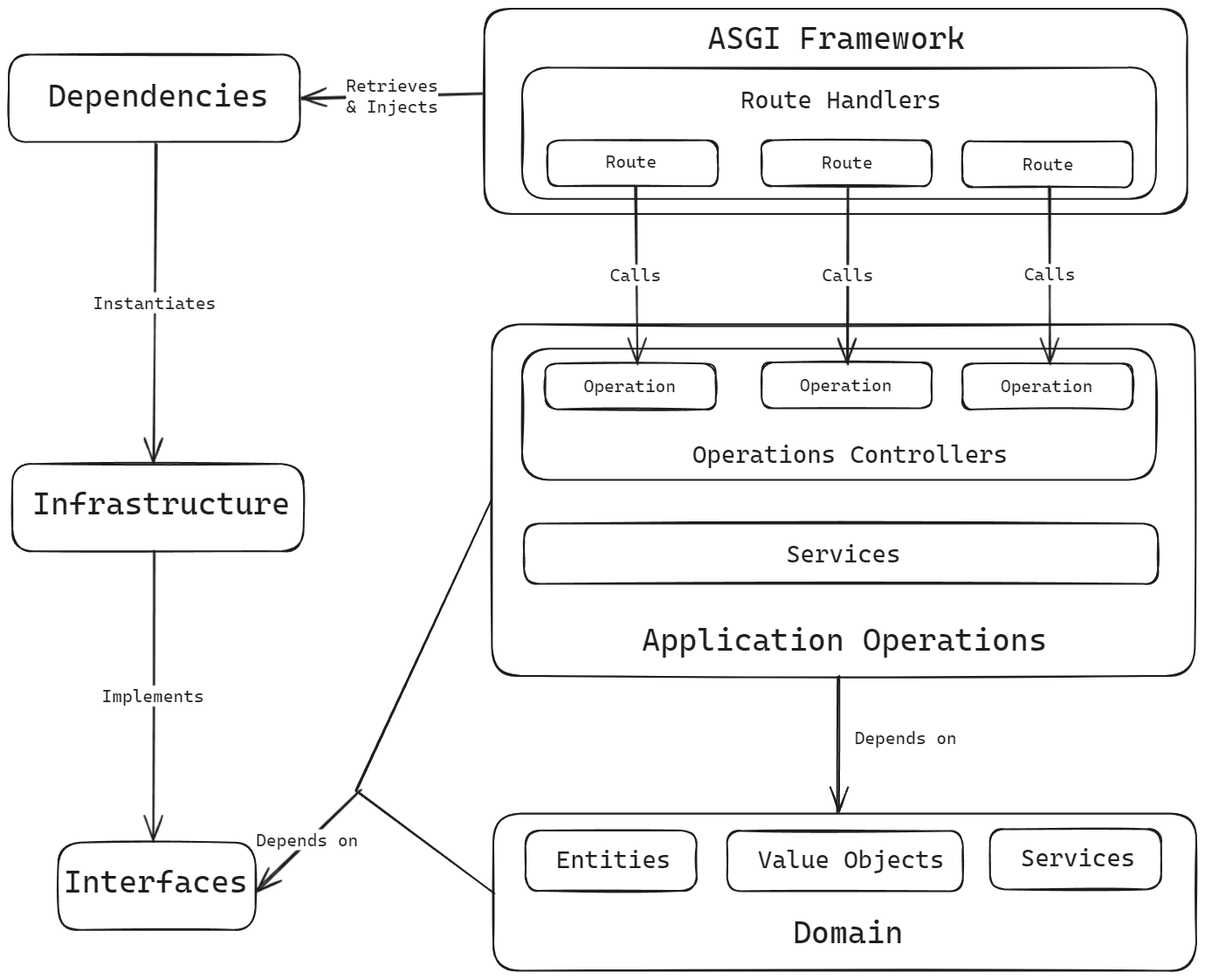
Before: docs/architecture.excalidraw.png, a diagram exported from Excalidraw (VerdanTech/Vdt-Webapp). Source tidied: one line per element, renumbered; positions are measured from the earlier drawing's top-left corner, leaving out a move shared by most shapes. Its diagram source:
```json
{"id": 0, "type": "rectangle", "strokeColor": "#1e1e1e", "strokeWidth": 2, "roughness": 1, "round": true, "x": 555, "y": 921, "width": 805, "height": 180}
{"id": 1, "type": "text", "text": "Domain", "strokeColor": "#1e1e1e", "strokeWidth": 2, "roughness": 1, "fontSize": 36, "fontFamily": 3, "x": 898, "y": 1035, "width": 127, "height": 43}
{"id": 2, "type": "rectangle", "strokeColor": "#1e1e1e", "strokeWidth": 2, "roughness": 1, "round": true, "x": 592, "y": 941, "width": 196, "height": 69}
{"id": 3, "type": "text", "text": "Entities", "strokeColor": "#1e1e1e", "strokeWidth": 2, "roughness": 1, "fontSize": 28, "fontFamily": 3, "x": 627, "y": 958, "width": 131, "height": 34}
{"id": 4, "type": "rectangle", "strokeColor": "#1e1e1e", "strokeWidth": 2, "roughness": 1, "round": true, "x": 823, "y": 941, "width": 270, "height": 69}
{"id": 5, "type": "text", "text": "Value Objects", "strokeColor": "#1e1e1e", "strokeWidth": 2, "roughness": 1, "fontSize": 28, "fontFamily": 3, "x": 858, "y": 958, "width": 213, "height": 34}
{"id": 6, "type": "rectangle", "strokeColor": "#1e1e1e", "strokeWidth": 2, "roughness": 1, "round": true, "x": 1124, "y": 939, "width": 196, "height": 69}
{"id": 7, "type": "text", "text": "Services", "strokeColor": "#1e1e1e", "strokeWidth": 2, "roughness": 1, "fontSize": 28, "fontFamily": 3, "x": 1159, "y": 956, "width": 131, "height": 34}
{"id": 8, "type": "rectangle", "strokeColor": "#1e1e1e", "strokeWidth": 2, "roughness": 1, "round": true, "x": 57, "y": 955, "width": 226, "height": 100}
{"id": 9, "type": "text", "text": "Interfaces", "strokeColor": "#1e1e1e", "strokeWidth": 2, "roughness": 1, "fontSize": 36, "fontFamily": 3, "x": 63, "y": 977, "width": 211, "height": 43}
{"id": 10, "type": "rectangle", "strokeColor": "#1e1e1e", "strokeWidth": 2, "roughness": 1, "round": true, "x": 553, "y": 361, "width": 805, "height": 402}
{"id": 11, "type": "text", "text": "Application Operations", "strokeColor": "#1e1e1e", "strokeWidth": 2, "roughness": 1, "fontSize": 36, "fontFamily": 3, "x": 725, "y": 700, "width": 464, "height": 43}
{"id": 12, "type": "rectangle", "strokeColor": "#1e1e1e", "strokeWidth": 2, "roughness": 1, "round": true, "x": 590, "y": 590, "width": 726, "height": 69}
{"id": 13, "type": "text", "text": "Services", "strokeColor": "#1e1e1e", "strokeWidth": 2, "roughness": 1, "fontSize": 28, "fontFamily": 3, "x": 890, "y": 608, "width": 131, "height": 34}
{"id": 14, "type": "arrow", "strokeColor": "#1e1e1e", "strokeWidth": 2, "roughness": 1, "endArrowhead": "arrow", "round": true, "from": 10, "to": 0, "x": 950, "y": 765, "width": 0, "height": 155, "points": [[0, 0], [0, 155]]}
{"id": 15, "type": "text", "text": "Depends on", "strokeColor": "#1e1e1e", "strokeWidth": 2, "roughness": 1, "fontSize": 20, "fontFamily": 3, "x": 969, "y": 823, "width": 117, "height": 24}
{"id": 16, "type": "rectangle", "strokeColor": "#1e1e1e", "strokeWidth": 2, "roughness": 1, "round": true, "x": 588, "y": 389, "width": 726, "height": 150}
{"id": 17, "type": "text", "text": "Operations Controllers", "strokeColor": "#1e1e1e", "strokeWidth": 2, "roughness": 1, "fontSize": 28, "fontFamily": 3, "x": 783, "y": 494, "width": 361, "height": 34}
{"id": 18, "type": "rectangle", "strokeColor": "#1e1e1e", "strokeWidth": 2, "roughness": 1, "round": true, "x": 615, "y": 406, "width": 195, "height": 52}
{"id": 19, "type": "text", "text": "Operation", "strokeColor": "#1e1e1e", "strokeWidth": 2, "roughness": 1, "fontSize": 20, "fontFamily": 3, "x": 658, "y": 420, "width": 105, "height": 24}
{"id": 20, "type": "rectangle", "strokeColor": "#1e1e1e", "strokeWidth": 2, "roughness": 1, "round": true, "x": 862, "y": 405, "width": 195, "height": 52}
{"id": 21, "type": "text", "text": "Operation", "strokeColor": "#1e1e1e", "strokeWidth": 2, "roughness": 1, "fontSize": 20, "fontFamily": 3, "x": 906, "y": 419, "width": 105, "height": 24}
{"id": 22, "type": "rectangle", "strokeColor": "#1e1e1e", "strokeWidth": 2, "roughness": 1, "round": true, "x": 1092, "y": 406, "width": 195, "height": 52}
{"id": 23, "type": "text", "text": "Operation", "strokeColor": "#1e1e1e", "strokeWidth": 2, "roughness": 1, "fontSize": 20, "fontFamily": 3, "x": 1136, "y": 420, "width": 105, "height": 24}
{"id": 24, "type": "rectangle", "strokeColor": "#1e1e1e", "strokeWidth": 2, "roughness": 1, "round": true, "x": 545, "y": 0, "width": 805, "height": 235}
{"id": 25, "type": "text", "text": "ASGI Framework", "strokeColor": "#1e1e1e", "strokeWidth": 2, "roughness": 1, "fontSize": 36, "fontFamily": 3, "x": 800, "y": 11, "width": 295, "height": 43}
{"id": 26, "type": "rectangle", "strokeColor": "#1e1e1e", "strokeWidth": 2, "roughness": 1, "round": true, "x": 588, "y": 67, "width": 726, "height": 150}
{"id": 27, "type": "text", "text": "Route Handlers", "strokeColor": "#1e1e1e", "strokeWidth": 2, "roughness": 1, "fontSize": 28, "fontFamily": 3, "x": 838, "y": 88, "width": 230, "height": 34}
{"id": 28, "type": "rectangle", "strokeColor": "#1e1e1e", "strokeWidth": 2, "roughness": 1, "round": true, "x": 617, "y": 151, "width": 195, "height": 52}
{"id": 29, "type": "text", "text": "Route", "strokeColor": "#1e1e1e", "strokeWidth": 2, "roughness": 1, "fontSize": 20, "fontFamily": 3, "x": 683, "y": 163, "width": 59, "height": 24}
{"id": 30, "type": "rectangle", "strokeColor": "#1e1e1e", "strokeWidth": 2, "roughness": 1, "round": true, "x": 862, "y": 151, "width": 195, "height": 52}
{"id": 31, "type": "text", "text": "Route", "strokeColor": "#1e1e1e", "strokeWidth": 2, "roughness": 1, "fontSize": 20, "fontFamily": 3, "x": 931, "y": 164, "width": 59, "height": 24}
{"id": 32, "type": "rectangle", "strokeColor": "#1e1e1e", "strokeWidth": 2, "roughness": 1, "round": true, "x": 1092, "y": 152, "width": 195, "height": 52}
{"id": 33, "type": "text", "text": "Route", "strokeColor": "#1e1e1e", "strokeWidth": 2, "roughness": 1, "fontSize": 20, "fontFamily": 3, "x": 1161, "y": 166, "width": 59, "height": 24}
{"id": 34, "type": "arrow", "strokeColor": "#1e1e1e", "strokeWidth": 2, "roughness": 1, "endArrowhead": "arrow", "round": true, "from": 28, "to": 19, "x": 717, "y": 204, "width": 1, "height": 202, "points": [[0, 0], [1, 202]]}
{"id": 35, "type": "text", "text": "Calls", "strokeColor": "#1e1e1e", "strokeWidth": 2, "roughness": 1, "fontSize": 20, "fontFamily": 3, "textAlign": "center", "verticalAlign": "middle", "inside": 34, "x": 688, "y": 293, "width": 59, "height": 24}
{"id": 36, "type": "arrow", "strokeColor": "#1e1e1e", "strokeWidth": 2, "roughness": 1, "endArrowhead": "arrow", "round": true, "from": 31, "to": 21, "x": 960, "y": 204, "width": 1, "height": 202, "points": [[0, 0], [1, 202]]}
{"id": 37, "type": "text", "text": "Calls", "strokeColor": "#1e1e1e", "strokeWidth": 2, "roughness": 1, "fontSize": 20, "fontFamily": 3, "textAlign": "center", "verticalAlign": "middle", "inside": 36, "x": 704, "y": 258, "width": 59, "height": 24}
{"id": 38, "type": "arrow", "strokeColor": "#1e1e1e", "strokeWidth": 2, "roughness": 1, "endArrowhead": "arrow", "round": true, "from": 33, "to": 23, "x": 1192, "y": 203, "width": 1, "height": 202, "points": [[0, 0], [1, 202]]}
{"id": 39, "type": "text", "text": "Calls", "strokeColor": "#1e1e1e", "strokeWidth": 2, "roughness": 1, "fontSize": 20, "fontFamily": 3, "textAlign": "center", "verticalAlign": "middle", "inside": 38, "x": 938, "y": 263, "width": 59, "height": 24}
{"id": 40, "type": "rectangle", "strokeColor": "#1e1e1e", "strokeWidth": 2, "roughness": 1, "round": true, "x": 4, "y": 521, "width": 334, "height": 100}
{"id": 41, "type": "text", "text": "Infrastructure", "strokeColor": "#1e1e1e", "strokeWidth": 2, "roughness": 1, "fontSize": 36, "fontFamily": 3, "x": 27, "y": 544, "width": 295, "height": 43}
{"id": 42, "type": "arrow", "strokeColor": "#1e1e1e", "strokeWidth": 2, "roughness": 1, "endArrowhead": "arrow", "round": true, "to": 8, "x": 166, "y": 621, "width": 1, "height": 333, "points": [[0, 0], [-1, 333]]}
{"id": 43, "type": "text", "text": "Implements", "strokeColor": "#1e1e1e", "strokeWidth": 2, "roughness": 1, "fontSize": 20, "fontFamily": 3, "textAlign": "center", "verticalAlign": "middle", "inside": 42, "x": 177, "y": 720, "width": 117, "height": 24}
{"id": 44, "type": "rectangle", "strokeColor": "#1e1e1e", "strokeWidth": 2, "roughness": 1, "round": true, "x": 0, "y": 52, "width": 334, "height": 100}
{"id": 45, "type": "text", "text": "Dependencies", "strokeColor": "#1e1e1e", "strokeWidth": 2, "roughness": 1, "fontSize": 36, "fontFamily": 3, "x": 44, "y": 77, "width": 253, "height": 43}
{"id": 46, "type": "arrow", "strokeColor": "#1e1e1e", "strokeWidth": 2, "roughness": 1, "endArrowhead": "arrow", "round": true, "from": 44, "to": 40, "x": 168, "y": 154, "width": 2, "height": 366, "points": [[0, 0], [-2, 366]]}
{"id": 47, "type": "text", "text": "Instantiates", "strokeColor": "#1e1e1e", "strokeWidth": 2, "roughness": 1, "fontSize": 20, "fontFamily": 3, "textAlign": "center", "verticalAlign": "middle", "inside": 46, "x": 169, "y": 367, "width": 141, "height": 24}
{"id": 48, "type": "arrow", "strokeColor": "#1e1e1e", "strokeWidth": 2, "roughness": 1, "endArrowhead": "arrow", "round": true, "from": 24, "to": 44, "x": 543, "y": 97, "width": 208, "height": 6, "points": [[0, 0], [-208, 6]]}
{"id": 49, "type": "text", "text": "Retrieves\n& Injects", "strokeColor": "#1e1e1e", "strokeWidth": 2, "roughness": 1, "fontSize": 20, "fontFamily": 3, "textAlign": "center", "verticalAlign": "middle", "inside": 48, "x": 421, "y": 75, "width": 105, "height": 48}
{"id": 50, "type": "arrow", "strokeColor": "#1e1e1e", "strokeWidth": 2, "roughness": 1, "endArrowhead": "arrow", "round": true, "to": 9, "x": 401, "y": 894, "width": 118, "height": 115, "points": [[0, 0], [-118, 115]]}
{"id": 51, "type": "text", "text": "Depends on", "strokeColor": "#1e1e1e", "strokeWidth": 2, "roughness": 1, "fontSize": 20, "fontFamily": 3, "textAlign": "center", "verticalAlign": "middle", "inside": 50, "x": 283, "y": 940, "width": 117, "height": 24}
{"id": 52, "type": "line", "strokeColor": "#1e1e1e", "strokeWidth": 2, "roughness": 1, "round": true, "x": 552, "y": 562, "width": 155, "height": 333, "points": [[0, 0], [-155, 333]]}
{"id": 53, "type": "line", "strokeColor": "#1e1e1e", "strokeWidth": 2, "roughness": 1, "round": true, "x": 556, "y": 1012, "width": 155, "height": 115, "points": [[0, 0], [-155, -115]]}
```
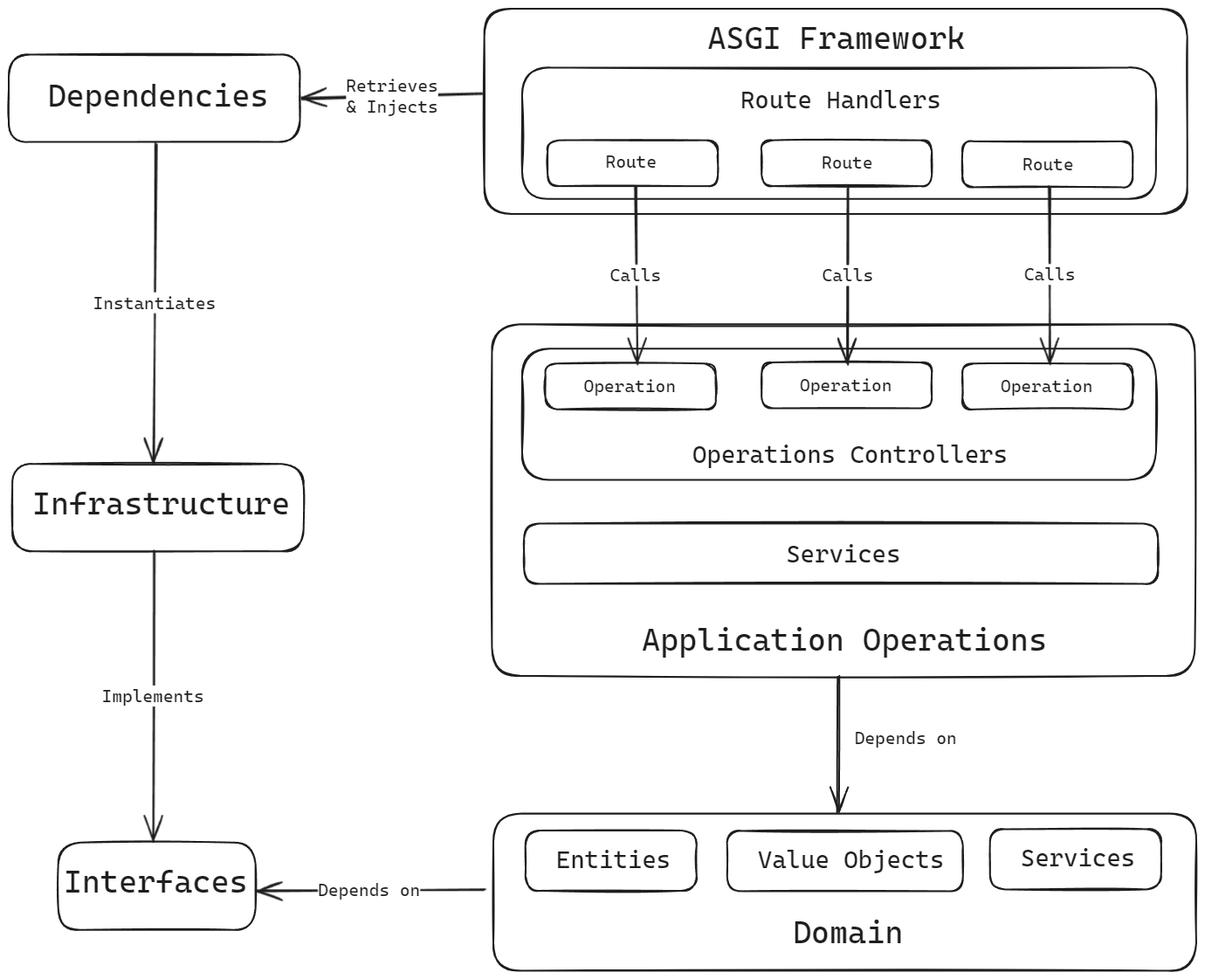
After the change.

Diff of the diagram source:
```diff
@@ -48,7 +48,5 @@
 {"id": 47, "type": "text", "text": "Instantiates", "strokeColor": "#1e1e1e", "strokeWidth": 2, "roughness": 1, "fontSize": 20, "fontFamily": 3, "textAlign": "center", "verticalAlign": "middle", "inside": 46, "x": 169, "y": 367, "width": 141, "height": 24}
 {"id": 48, "type": "arrow", "strokeColor": "#1e1e1e", "strokeWidth": 2, "roughness": 1, "endArrowhead": "arrow", "round": true, "from": 24, "to": 44, "x": 543, "y": 97, "width": 208, "height": 6, "points": [[0, 0], [-208, 6]]}
 {"id": 49, "type": "text", "text": "Retrieves\n& Injects", "strokeColor": "#1e1e1e", "strokeWidth": 2, "roughness": 1, "fontSize": 20, "fontFamily": 3, "textAlign": "center", "verticalAlign": "middle", "inside": 48, "x": 421, "y": 75, "width": 105, "height": 48}
-{"id": 50, "type": "arrow", "strokeColor": "#1e1e1e", "strokeWidth": 2, "roughness": 1, "endArrowhead": "arrow", "round": true, "to": 9, "x": 401, "y": 894, "width": 118, "height": 115, "points": [[0, 0], [-118, 115]]}
+{"id": 50, "type": "arrow", "strokeColor": "#1e1e1e", "strokeWidth": 2, "roughness": 1, "endArrowhead": "arrow", "round": true, "from": 0, "to": 9, "x": 543, "y": 1008, "width": 260, "height": 1, "points": [[0, 0], [-260, 1]]}
 {"id": 51, "type": "text", "text": "Depends on", "strokeColor": "#1e1e1e", "strokeWidth": 2, "roughness": 1, "fontSize": 20, "fontFamily": 3, "textAlign": "center", "verticalAlign": "middle", "inside": 50, "x": 283, "y": 940, "width": 117, "height": 24}
-{"id": 52, "type": "line", "strokeColor": "#1e1e1e", "strokeWidth": 2, "roughness": 1, "round": true, "x": 552, "y": 562, "width": 155, "height": 333, "points": [[0, 0], [-155, 333]]}
-{"id": 53, "type": "line", "strokeColor": "#1e1e1e", "strokeWidth": 2, "roughness": 1, "round": true, "x": 556, "y": 1012, "width": 155, "height": 115, "points": [[0, 0], [-155, -115]]}
```
